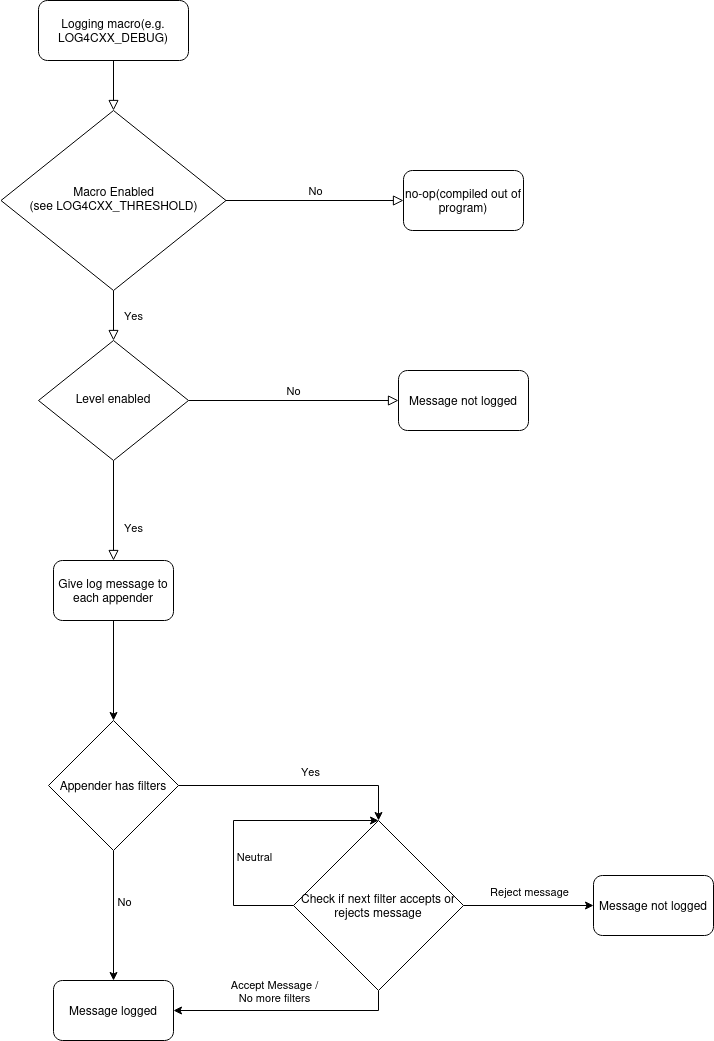
Above: src/site/images/log4cxx-flow.png in apache/logging-log4cxx (draw.io), before the change. Source tidied: cells renumbered, new cells last; positions are measured from the earlier drawing's top-left corner, leaving out a move shared by most shapes. Source of this version:
```xml
<mxGraphModel>
  <root>
    <mxCell id="0" />
    <mxCell id="1" parent="0" />
    <mxCell id="2" style="rounded=0;html=1;jettySize=auto;fontSize=11;endArrow=block;endFill=0;endSize=8;strokeWidth=1;shadow=0;labelBackgroundColor=none;edgeStyle=orthogonalEdgeStyle;" parent="1" edge="1" source="3" target="6">
      <mxGeometry relative="1" as="geometry" />
    </mxCell>
    <mxCell id="3" value="Logging macro(e.g. LOG4CXX_DEBUG)" style="rounded=1;whiteSpace=wrap;html=1;fontSize=12;glass=0;strokeWidth=1;shadow=0;" parent="1" vertex="1">
      <mxGeometry x="37" width="150" height="60" as="geometry" />
    </mxCell>
    <mxCell id="4" value="Yes" style="rounded=0;html=1;jettySize=auto;fontSize=11;endArrow=block;endFill=0;endSize=8;strokeWidth=1;shadow=0;labelBackgroundColor=none;edgeStyle=orthogonalEdgeStyle;" parent="1" edge="1" source="6" target="10">
      <mxGeometry y="20" relative="1" as="geometry" />
    </mxCell>
    <mxCell id="5" value="No" style="edgeStyle=orthogonalEdgeStyle;rounded=0;html=1;jettySize=auto;fontSize=11;endArrow=block;endFill=0;endSize=8;strokeWidth=1;shadow=0;labelBackgroundColor=none;" parent="1" edge="1" source="6" target="7">
      <mxGeometry y="10" relative="1" as="geometry" />
    </mxCell>
    <mxCell id="6" value="Macro Enabled&lt;br&gt;(see LOG4CXX_THRESHOLD)" style="rhombus;whiteSpace=wrap;html=1;shadow=0;fontFamily=Helvetica;fontSize=12;align=center;strokeWidth=1;spacing=6;spacingTop=-4;" parent="1" vertex="1">
      <mxGeometry x="-0.5" y="110" width="225" height="180" as="geometry" />
    </mxCell>
    <mxCell id="7" value="&lt;div&gt;no-op(compiled out of program)&lt;/div&gt;" style="rounded=1;whiteSpace=wrap;html=1;fontSize=12;glass=0;strokeWidth=1;shadow=0;" parent="1" vertex="1">
      <mxGeometry x="402" y="170" width="120" height="60" as="geometry" />
    </mxCell>
    <mxCell id="8" value="&lt;div&gt;Yes&lt;/div&gt;" style="rounded=0;html=1;jettySize=auto;fontSize=11;endArrow=block;endFill=0;endSize=8;strokeWidth=1;shadow=0;labelBackgroundColor=none;edgeStyle=orthogonalEdgeStyle;entryX=0.5;entryY=0;entryDx=0;entryDy=0;" parent="1" edge="1" source="10" target="14">
      <mxGeometry x="0.33" y="20" relative="1" as="geometry" />
    </mxCell>
    <mxCell id="9" value="No" style="edgeStyle=orthogonalEdgeStyle;rounded=0;html=1;jettySize=auto;fontSize=11;endArrow=block;endFill=0;endSize=8;strokeWidth=1;shadow=0;labelBackgroundColor=none;" parent="1" edge="1" source="10" target="11">
      <mxGeometry y="10" relative="1" as="geometry" />
    </mxCell>
    <mxCell id="10" value="&lt;div&gt;Level enabled&lt;/div&gt;" style="rhombus;whiteSpace=wrap;html=1;shadow=0;fontFamily=Helvetica;fontSize=12;align=center;strokeWidth=1;spacing=6;spacingTop=-4;" parent="1" vertex="1">
      <mxGeometry x="37" y="340" width="150" height="120" as="geometry" />
    </mxCell>
    <mxCell id="11" value="Message not logged" style="rounded=1;whiteSpace=wrap;html=1;fontSize=12;glass=0;strokeWidth=1;shadow=0;" parent="1" vertex="1">
      <mxGeometry x="397" y="370" width="130" height="60" as="geometry" />
    </mxCell>
    <mxCell id="12" value="Message logged" style="rounded=1;whiteSpace=wrap;html=1;" parent="1" vertex="1">
      <mxGeometry x="52" y="980" width="120" height="60" as="geometry" />
    </mxCell>
    <mxCell id="13" style="edgeStyle=orthogonalEdgeStyle;rounded=0;jettySize=auto;html=1;exitX=0.5;exitY=1;exitDx=0;exitDy=0;entryX=0.5;entryY=0;entryDx=0;entryDy=0;" parent="1" edge="1" source="14" target="19">
      <mxGeometry relative="1" as="geometry" />
    </mxCell>
    <mxCell id="14" value="Give log message to each appender" style="rounded=1;whiteSpace=wrap;html=1;" parent="1" vertex="1">
      <mxGeometry x="52" y="560" width="120" height="60" as="geometry" />
    </mxCell>
    <mxCell id="15" style="edgeStyle=orthogonalEdgeStyle;rounded=0;jettySize=auto;html=1;exitX=0.5;exitY=1;exitDx=0;exitDy=0;entryX=0.5;entryY=0;entryDx=0;entryDy=0;" parent="1" edge="1" source="19" target="12">
      <mxGeometry relative="1" as="geometry" />
    </mxCell>
    <mxCell id="16" value="No" style="edgeLabel;html=1;align=center;verticalAlign=middle;" parent="15" vertex="1">
      <mxGeometry x="-0.24" relative="1" as="geometry">
        <mxPoint x="10" as="offset" />
      </mxGeometry>
    </mxCell>
    <mxCell id="17" style="edgeStyle=orthogonalEdgeStyle;rounded=0;jettySize=auto;html=1;exitX=1;exitY=0.5;exitDx=0;exitDy=0;entryX=0.5;entryY=0;entryDx=0;entryDy=0;" parent="1" edge="1" source="19" target="24">
      <mxGeometry relative="1" as="geometry" />
    </mxCell>
    <mxCell id="18" value="Yes" style="edgeLabel;html=1;align=center;verticalAlign=middle;" parent="17" vertex="1">
      <mxGeometry x="0.2" y="-1" relative="1" as="geometry">
        <mxPoint x="-10" y="-16" as="offset" />
      </mxGeometry>
    </mxCell>
    <mxCell id="19" value="Appender has filters" style="rhombus;whiteSpace=wrap;html=1;" parent="1" vertex="1">
      <mxGeometry x="47" y="720" width="130" height="130" as="geometry" />
    </mxCell>
    <mxCell id="20" style="edgeStyle=orthogonalEdgeStyle;rounded=0;jettySize=auto;html=1;exitX=0.5;exitY=1;exitDx=0;exitDy=0;entryX=1;entryY=0.5;entryDx=0;entryDy=0;" parent="1" edge="1" source="24" target="12">
      <mxGeometry relative="1" as="geometry" />
    </mxCell>
    <mxCell id="21" value="&lt;div&gt;Accept Message / &lt;br&gt;&lt;/div&gt;&lt;div&gt;No more filters&lt;br&gt;&lt;/div&gt;" style="edgeLabel;html=1;align=center;verticalAlign=middle;" parent="20" vertex="1">
      <mxGeometry x="0.02" y="2" relative="1" as="geometry">
        <mxPoint x="-10" y="-22" as="offset" />
      </mxGeometry>
    </mxCell>
    <mxCell id="22" style="edgeStyle=orthogonalEdgeStyle;rounded=0;jettySize=auto;html=1;exitX=1;exitY=0.5;exitDx=0;exitDy=0;entryX=0;entryY=0.5;entryDx=0;entryDy=0;" parent="1" edge="1" source="24" target="25">
      <mxGeometry relative="1" as="geometry" />
    </mxCell>
    <mxCell id="23" value="&lt;div&gt;Reject message&lt;/div&gt;" style="edgeLabel;html=1;align=center;verticalAlign=middle;" parent="22" vertex="1">
      <mxGeometry x="0.39" y="-3" relative="1" as="geometry">
        <mxPoint x="-25" y="-18" as="offset" />
      </mxGeometry>
    </mxCell>
    <mxCell id="24" value="Check if next filter accepts or rejects message" style="rhombus;whiteSpace=wrap;html=1;" parent="1" vertex="1">
      <mxGeometry x="292" y="820" width="170" height="170" as="geometry" />
    </mxCell>
    <mxCell id="25" value="Message not logged" style="rounded=1;whiteSpace=wrap;html=1;" parent="1" vertex="1">
      <mxGeometry x="592" y="875" width="120" height="60" as="geometry" />
    </mxCell>
    <mxCell id="26" style="edgeStyle=orthogonalEdgeStyle;rounded=0;orthogonalLoop=1;jettySize=auto;html=1;exitX=0;exitY=0.5;exitDx=0;exitDy=0;entryX=0.5;entryY=0;entryDx=0;entryDy=0;" parent="1" edge="1" source="24" target="24">
      <mxGeometry relative="1" as="geometry">
        <Array as="points">
          <mxPoint x="232" y="905" />
          <mxPoint x="232" y="820" />
        </Array>
      </mxGeometry>
    </mxCell>
    <mxCell id="27" value="Neutral" style="edgeLabel;html=1;align=center;verticalAlign=middle;" parent="26" vertex="1">
      <mxGeometry x="-0.24" y="-4" relative="1" as="geometry">
        <mxPoint x="16" as="offset" />
      </mxGeometry>
    </mxCell>
  </root>
</mxGraphModel>
```
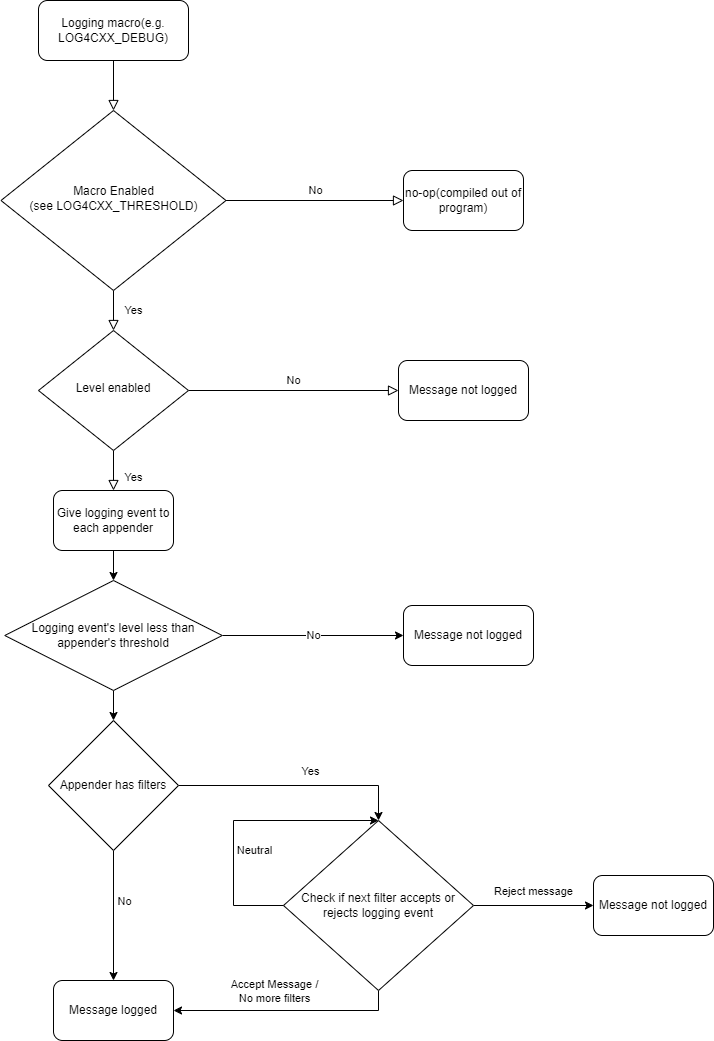
The same file after the commit.

Commit message:
Add appender threshold check to log message flow diagram

What changed in the source:
```diff
@@ -27,19 +27,19 @@
       <mxGeometry y="10" relative="1" as="geometry" />
     </mxCell>
     <mxCell id="10" value="&lt;div&gt;Level enabled&lt;/div&gt;" style="rhombus;whiteSpace=wrap;html=1;shadow=0;fontFamily=Helvetica;fontSize=12;align=center;strokeWidth=1;spacing=6;spacingTop=-4;" parent="1" vertex="1">
-      <mxGeometry x="37" y="340" width="150" height="120" as="geometry" />
+      <mxGeometry x="37" y="330" width="150" height="120" as="geometry" />
     </mxCell>
     <mxCell id="11" value="Message not logged" style="rounded=1;whiteSpace=wrap;html=1;fontSize=12;glass=0;strokeWidth=1;shadow=0;" parent="1" vertex="1">
-      <mxGeometry x="397" y="370" width="130" height="60" as="geometry" />
+      <mxGeometry x="397" y="360" width="130" height="60" as="geometry" />
     </mxCell>
     <mxCell id="12" value="Message logged" style="rounded=1;whiteSpace=wrap;html=1;" parent="1" vertex="1">
       <mxGeometry x="52" y="980" width="120" height="60" as="geometry" />
     </mxCell>
-    <mxCell id="13" style="edgeStyle=orthogonalEdgeStyle;rounded=0;jettySize=auto;html=1;exitX=0.5;exitY=1;exitDx=0;exitDy=0;entryX=0.5;entryY=0;entryDx=0;entryDy=0;" parent="1" edge="1" source="14" target="19">
+    <mxCell id="13" style="edgeStyle=orthogonalEdgeStyle;rounded=0;jettySize=auto;html=1;exitX=0.5;exitY=1;exitDx=0;exitDy=0;entryX=0.5;entryY=0;entryDx=0;entryDy=0;" parent="1" edge="1" source="31" target="19">
       <mxGeometry relative="1" as="geometry" />
     </mxCell>
-    <mxCell id="14" value="Give log message to each appender" style="rounded=1;whiteSpace=wrap;html=1;" parent="1" vertex="1">
-      <mxGeometry x="52" y="560" width="120" height="60" as="geometry" />
+    <mxCell id="14" value="Give logging event to each appender" style="rounded=1;whiteSpace=wrap;html=1;" parent="1" vertex="1">
+      <mxGeometry x="52" y="490" width="120" height="60" as="geometry" />
     </mxCell>
     <mxCell id="15" style="edgeStyle=orthogonalEdgeStyle;rounded=0;jettySize=auto;html=1;exitX=0.5;exitY=1;exitDx=0;exitDy=0;entryX=0.5;entryY=0;entryDx=0;entryDy=0;" parent="1" edge="1" source="19" target="12">
       <mxGeometry relative="1" as="geometry" />
@@ -76,8 +76,8 @@
         <mxPoint x="-25" y="-18" as="offset" />
       </mxGeometry>
     </mxCell>
-    <mxCell id="24" value="Check if next filter accepts or rejects message" style="rhombus;whiteSpace=wrap;html=1;" parent="1" vertex="1">
-      <mxGeometry x="292" y="820" width="170" height="170" as="geometry" />
+    <mxCell id="24" value="Check if next filter accepts or rejects logging event" style="rhombus;whiteSpace=wrap;html=1;" parent="1" vertex="1">
+      <mxGeometry x="282" y="820" width="190" height="170" as="geometry" />
     </mxCell>
     <mxCell id="25" value="Message not logged" style="rounded=1;whiteSpace=wrap;html=1;" parent="1" vertex="1">
       <mxGeometry x="592" y="875" width="120" height="60" as="geometry" />
@@ -95,5 +95,17 @@
         <mxPoint x="16" as="offset" />
       </mxGeometry>
     </mxCell>
+    <mxCell id="28" value="No" style="edgeStyle=orthogonalEdgeStyle;rounded=0;jettySize=auto;html=1;exitX=1;exitY=0.5;exitDx=0;exitDy=0;" parent="1" edge="1" source="31" target="29">
+      <mxGeometry relative="1" as="geometry" />
+    </mxCell>
+    <mxCell id="29" value="Message not logged" style="rounded=1;whiteSpace=wrap;html=1;fontSize=12;glass=0;strokeWidth=1;shadow=0;" parent="1" vertex="1">
+      <mxGeometry x="402" y="605" width="130" height="60" as="geometry" />
+    </mxCell>
+    <mxCell id="30" style="edgeStyle=orthogonalEdgeStyle;rounded=0;jettySize=auto;html=1;exitX=0.5;exitY=1;exitDx=0;exitDy=0;entryX=0.5;entryY=0;entryDx=0;entryDy=0;" parent="1" edge="1" source="14" target="31">
+      <mxGeometry relative="1" as="geometry" />
+    </mxCell>
+    <mxCell id="31" value="Logging event's level less than appender's threshold" style="rhombus;whiteSpace=wrap;html=1;" parent="1" vertex="1">
+      <mxGeometry x="3.2" y="580" width="217.5" height="110" as="geometry" />
+    </mxCell>
   </root>
 </mxGraphModel>
```
